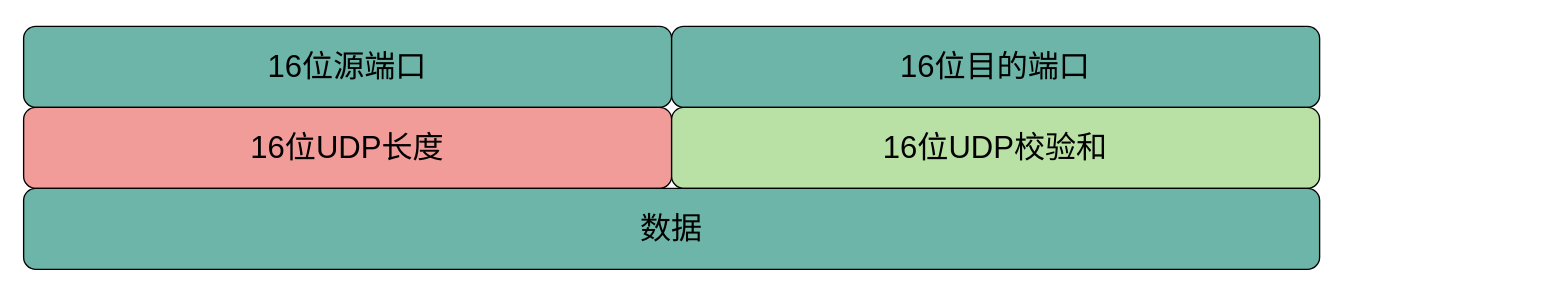
Earlier version of the draw.io diagram network/udp报头.drawio (xiaobaiTech/image). Source tidied: cells renumbered, new cells numbered last; positions are measured from the earlier drawing's top-left corner, leaving out a move shared by most shapes. Both pictures are drawn from the tidied source at 135%, with x=0, y=0 at pixel (23, 26).
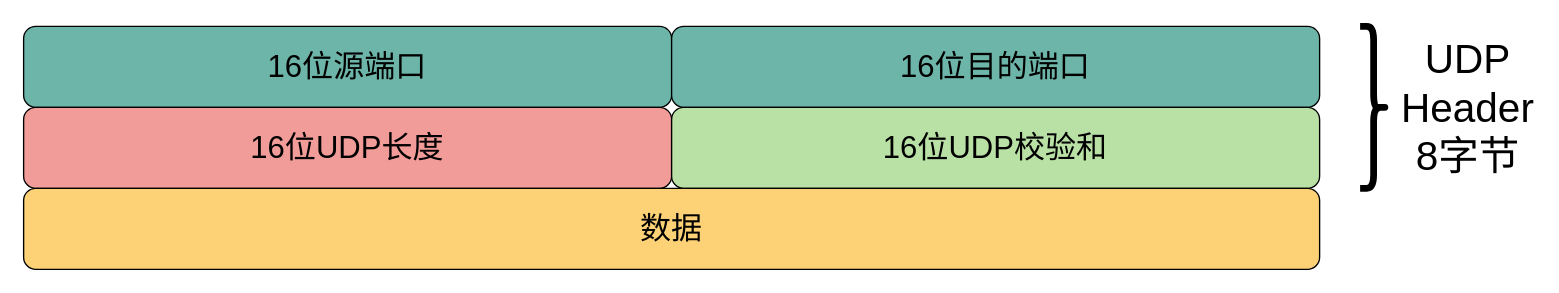
The same diagram, later.

Diff of the diagram source:
```diff
@@
 <mxGraphModel>
   <root>
     <mxCell id="0" />
     <mxCell id="1" parent="0" />
     <mxCell id="2" value="&lt;font style=&quot;font-size: 23px&quot;&gt;16位源端口&lt;/font&gt;" style="rounded=1;whiteSpace=wrap;html=1;fontSize=23;fillColor=#6DB5A8;" parent="1" vertex="1">
       <mxGeometry width="480" height="60" as="geometry" />
     </mxCell>
     <mxCell id="3" value="&lt;font style=&quot;font-size: 23px&quot;&gt;16位目的端口&lt;/font&gt;" style="rounded=1;whiteSpace=wrap;html=1;fontSize=23;fillColor=#6DB5A8;" parent="1" vertex="1">
       <mxGeometry x="480" width="480" height="60" as="geometry" />
     </mxCell>
     <mxCell id="4" value="&lt;font style=&quot;font-size: 23px&quot;&gt;16位UDP长度&lt;/font&gt;" style="rounded=1;whiteSpace=wrap;html=1;fontSize=23;fillColor=#F19C99;" parent="1" vertex="1">
       <mxGeometry y="60" width="480" height="60" as="geometry" />
     </mxCell>
     <mxCell id="5" value="&lt;font style=&quot;font-size: 23px&quot;&gt;16位UDP校验和&lt;/font&gt;" style="rounded=1;whiteSpace=wrap;html=1;fontSize=23;fillColor=#B9E0A5;" parent="1" vertex="1">
       <mxGeometry x="480" y="60" width="480" height="60" as="geometry" />
     </mxCell>
-    <mxCell id="6" value="&lt;font style=&quot;font-size: 23px;&quot;&gt;数据&lt;/font&gt;" style="rounded=1;whiteSpace=wrap;html=1;fontSize=23;fillColor=#6DB5A8;" parent="1" vertex="1">
+    <mxCell id="6" value="&lt;font style=&quot;font-size: 23px;&quot;&gt;数据&lt;/font&gt;" style="rounded=1;whiteSpace=wrap;html=1;fontSize=23;fillColor=#FDD276;" parent="1" vertex="1">
       <mxGeometry y="120" width="960" height="60" as="geometry" />
     </mxCell>
+    <mxCell id="7" style="shape=curlyBracket;whiteSpace=wrap;html=1;rounded=1;fillColor=#F19C99;direction=west;strokeWidth=5;" parent="1" vertex="1">
+      <mxGeometry x="990" width="20" height="120" as="geometry" />
+    </mxCell>
+    <mxCell id="8" value="&lt;font style=&quot;font-size: 30px&quot;&gt;UDP Header&lt;br&gt;8字节&lt;br&gt;&lt;/font&gt;" style="text;html=1;strokeColor=none;fillColor=none;align=center;verticalAlign=middle;whiteSpace=wrap;rounded=0;" parent="1" vertex="1">
+      <mxGeometry x="1020" y="50" width="100" height="20" as="geometry" />
+    </mxCell>
   </root>
 </mxGraphModel>
```
